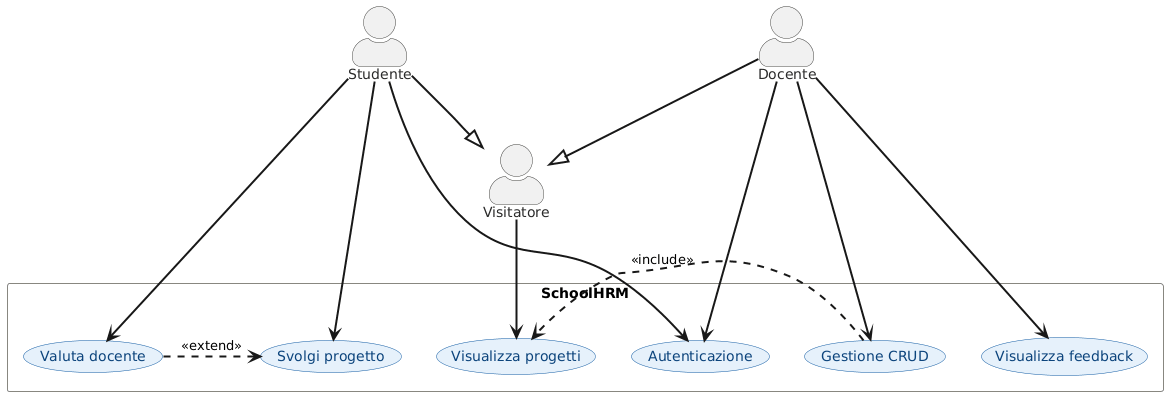
Earlier version of the PlantUML export assets/usecase.png (KamilIbragimov/Progetto_Di_Fine_Anno-2026).
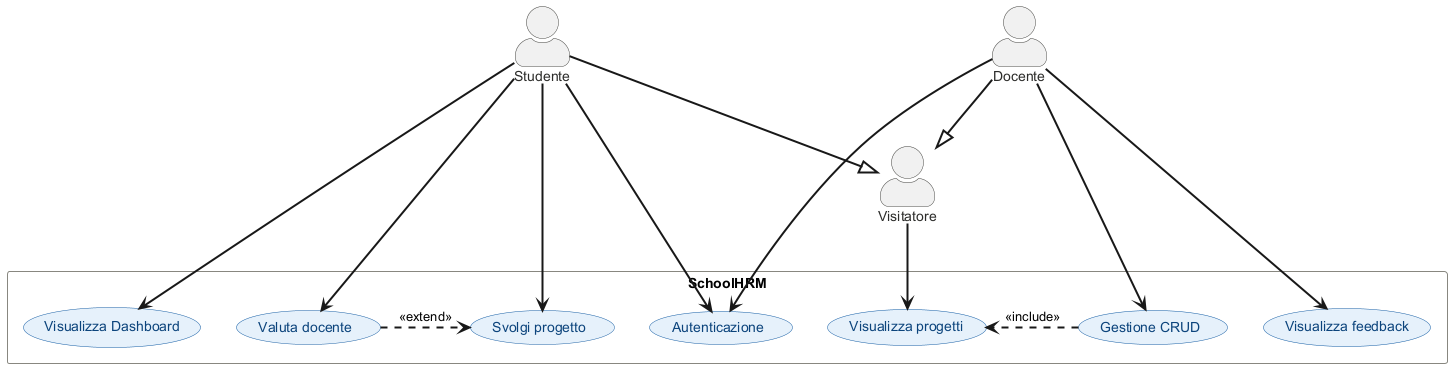
Later version of the same file.

The edit, as a diff of the source:
```diff
@@ -1,4 +1,5 @@
-@startuml
+@startuml SchoolHRM_UseCase
+
 skinparam actorStyle awesome
 skinparam packageStyle rectangle
 skinparam usecaseBorderColor #185FA5
@@ -27,6 +28,7 @@
   usecase "Visualizza feedback"    as UC07
   usecase "Svolgi progetto"        as UC05
   usecase "Valuta docente"         as UC06
+  usecase "Visualizza Dashboard"   as UC08
 }
 
 Visitatore --> UC03
@@ -34,6 +36,7 @@
 Studente   --> UC_auth
 Studente   --> UC05
 Studente   --> UC06
+Studente   --> UC08
 
 Docente    --> UC_auth
 Docente    --> UC04
@@ -41,4 +44,5 @@
 
 UC04 .> UC03 : <<include>>
 UC06 .> UC05 : <<extend>>
+
 @enduml
```
